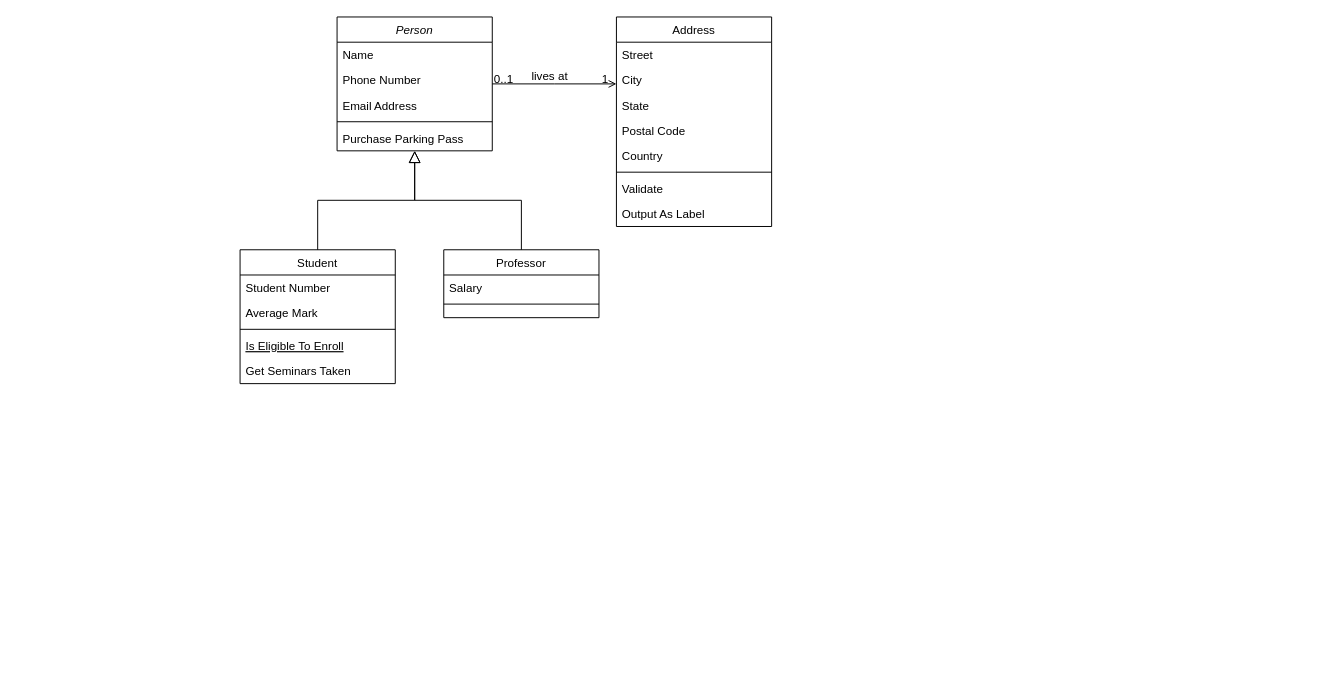
Before: LabviewRuner.drawio in Asher-ym-Duan/MyNote, a draw.io diagram. Source tidied: cells renumbered, new cells numbered last; positions are measured from the earlier drawing's top-left corner, leaving out a move shared by most shapes. Both pictures are drawn from the tidied source at 97%, with x=0, y=0 at pixel (240, 16).
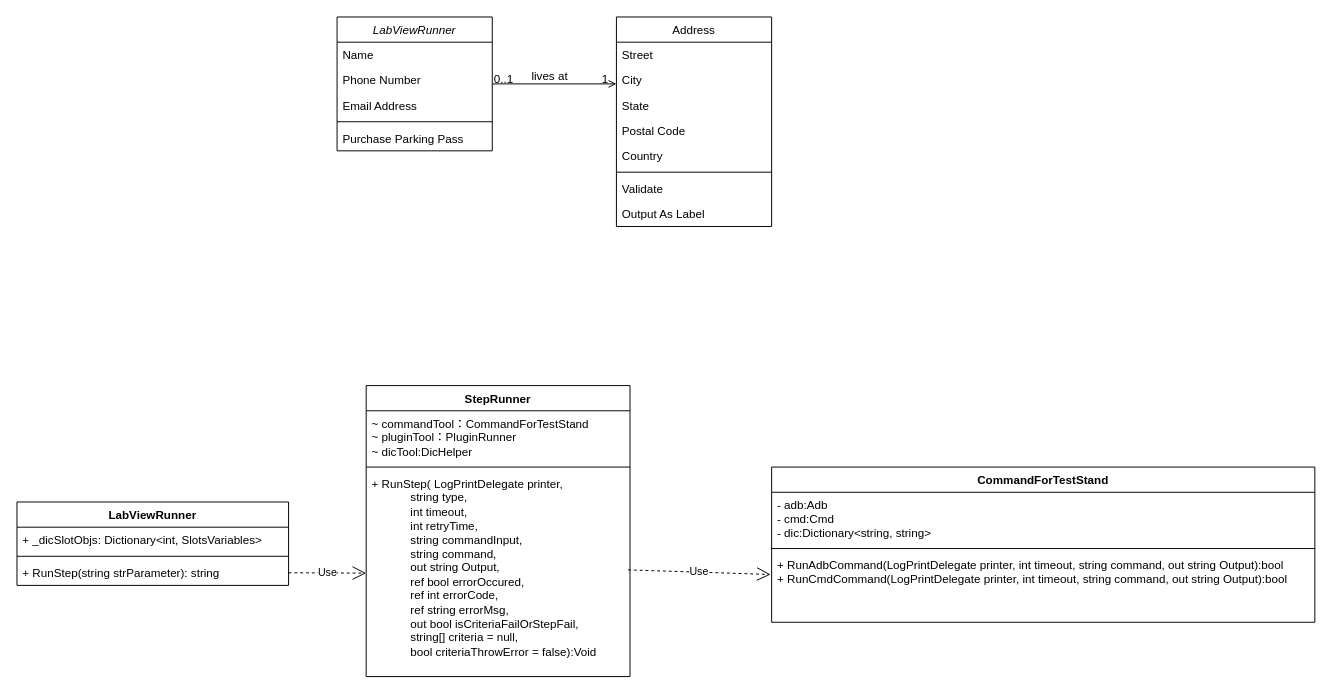
Above is the later version.

The edit, as a diff of the source:
```diff
@@
-    <mxCell id="2" value="Person" style="swimlane;fontStyle=2;align=center;verticalAlign=top;horizontal=1;startSize=26;rounded=0;shadow=0;strokeWidth=1;" parent="1" vertex="1">
+    <mxCell id="2" value="LabViewRunner" style="swimlane;fontStyle=2;align=center;verticalAlign=top;horizontal=1;startSize=26;rounded=0;shadow=0;strokeWidth=1;" parent="1" vertex="1">
       <mxGeometry x="100" width="160" height="138" as="geometry" />
     </mxCell>
@@
-    <mxCell id="8" value="Student" style="swimlane;fontStyle=0;align=center;verticalAlign=top;horizontal=1;startSize=26;rounded=0;shadow=0;strokeWidth=1;" parent="1" vertex="1">
-      <mxGeometry y="240" width="160" height="138" as="geometry" />
-    </mxCell>
-    <mxCell id="9" value="Student Number" style="text;align=left;verticalAlign=top;spacingLeft=4;spacingRight=4;overflow=hidden;" parent="8" vertex="1">
-      <mxGeometry y="26" width="160" height="26" as="geometry" />
-    </mxCell>
-    <mxCell id="10" value="Average Mark" style="text;align=left;verticalAlign=top;spacingLeft=4;spacingRight=4;overflow=hidden;rounded=0;shadow=0;html=0;" parent="8" vertex="1">
-      <mxGeometry y="52" width="160" height="26" as="geometry" />
-    </mxCell>
-    <mxCell id="11" style="line;html=1;strokeWidth=1;align=left;verticalAlign=middle;spacingTop=-1;spacingLeft=3;spacingRight=3;labelPosition=right;" parent="8" vertex="1">
-      <mxGeometry y="78" width="160" height="8" as="geometry" />
-    </mxCell>
-    <mxCell id="12" value="Is Eligible To Enroll" style="text;align=left;verticalAlign=top;spacingLeft=4;spacingRight=4;overflow=hidden;fontStyle=4;" parent="8" vertex="1">
-      <mxGeometry y="86" width="160" height="26" as="geometry" />
-    </mxCell>
-    <mxCell id="13" value="Get Seminars Taken" style="text;align=left;verticalAlign=top;spacingLeft=4;spacingRight=4;overflow=hidden;" parent="8" vertex="1">
-      <mxGeometry y="112" width="160" height="26" as="geometry" />
-    </mxCell>
-    <mxCell id="14" style="endArrow=block;endSize=10;endFill=0;shadow=0;strokeWidth=1;rounded=0;edgeStyle=elbowEdgeStyle;elbow=vertical;" parent="1" edge="1" source="8" target="2">
-      <mxGeometry relative="1" as="geometry" />
-    </mxCell>
-    <mxCell id="15" value="Professor" style="swimlane;fontStyle=0;align=center;verticalAlign=top;horizontal=1;startSize=26;rounded=0;shadow=0;strokeWidth=1;" parent="1" vertex="1">
-      <mxGeometry x="210" y="240" width="160" height="70" as="geometry" />
-    </mxCell>
-    <mxCell id="16" value="Salary" style="text;align=left;verticalAlign=top;spacingLeft=4;spacingRight=4;overflow=hidden;" parent="15" vertex="1">
-      <mxGeometry y="26" width="160" height="26" as="geometry" />
-    </mxCell>
-    <mxCell id="17" style="line;html=1;strokeWidth=1;align=left;verticalAlign=middle;spacingTop=-1;spacingLeft=3;spacingRight=3;labelPosition=right;" parent="15" vertex="1">
-      <mxGeometry y="52" width="160" height="8" as="geometry" />
-    </mxCell>
-    <mxCell id="18" style="endArrow=block;endSize=10;endFill=0;shadow=0;strokeWidth=1;rounded=0;edgeStyle=elbowEdgeStyle;elbow=vertical;" parent="1" edge="1" source="15" target="2">
-      <mxGeometry relative="1" as="geometry" />
-    </mxCell>
@@
+    <mxCell id="32" value="LabViewRunner" style="swimlane;fontStyle=1;align=center;verticalAlign=top;horizontal=1;startSize=26;whiteSpace=wrap;html=1;" parent="1" vertex="1">
+      <mxGeometry x="-230" y="500" width="280" height="86" as="geometry" />
+    </mxCell>
+    <mxCell id="33" value="+ _dicSlotObjs: Dictionary&amp;lt;int, SlotsVariables&amp;gt;" style="text;strokeColor=none;fillColor=none;align=left;verticalAlign=top;spacingLeft=4;spacingRight=4;overflow=hidden;whiteSpace=wrap;html=1;" parent="32" vertex="1">
+      <mxGeometry y="26" width="280" height="26" as="geometry" />
+    </mxCell>
+    <mxCell id="34" style="line;strokeWidth=1;fillColor=none;align=left;verticalAlign=middle;spacingTop=-1;spacingLeft=3;spacingRight=3;labelPosition=right;strokeColor=inherit;" parent="32" vertex="1">
+      <mxGeometry y="52" width="280" height="8" as="geometry" />
+    </mxCell>
+    <mxCell id="35" value="+ RunStep(string strParameter): string" style="text;strokeColor=none;fillColor=none;align=left;verticalAlign=top;spacingLeft=4;spacingRight=4;overflow=hidden;points=[[0,0.5],[1,0.5]];portConstraint=eastwest;whiteSpace=wrap;html=1;" parent="32" vertex="1">
+      <mxGeometry y="60" width="280" height="26" as="geometry" />
+    </mxCell>
+    <mxCell id="36" value="StepRunner" style="swimlane;fontStyle=1;align=center;verticalAlign=top;horizontal=1;startSize=26;whiteSpace=wrap;html=1;" parent="1" vertex="1">
+      <mxGeometry x="130" y="380" width="272" height="300" as="geometry" />
+    </mxCell>
+    <mxCell id="37" value="~ commandTool：CommandForTestStand&lt;br&gt;~ pluginTool：PluginRunner&lt;br&gt;~ dicTool:DicHelper" style="text;strokeColor=none;fillColor=none;align=left;verticalAlign=top;spacingLeft=4;spacingRight=4;overflow=hidden;whiteSpace=wrap;html=1;" parent="36" vertex="1">
+      <mxGeometry y="26" width="272" height="54" as="geometry" />
+    </mxCell>
+    <mxCell id="38" style="line;strokeWidth=1;fillColor=none;align=left;verticalAlign=middle;spacingTop=-1;spacingLeft=3;spacingRight=3;labelPosition=right;strokeColor=inherit;" parent="36" vertex="1">
+      <mxGeometry y="80" width="272" height="8" as="geometry" />
+    </mxCell>
+    <mxCell id="39" value="+&amp;nbsp;RunStep(&amp;nbsp;LogPrintDelegate printer,&lt;div&gt;&amp;nbsp; &amp;nbsp; &amp;nbsp; &amp;nbsp; &amp;nbsp; &amp;nbsp; string type,&lt;/div&gt;&lt;div&gt;&amp;nbsp; &amp;nbsp; &amp;nbsp; &amp;nbsp; &amp;nbsp; &amp;nbsp; int timeout,&lt;/div&gt;&lt;div&gt;&amp;nbsp; &amp;nbsp; &amp;nbsp; &amp;nbsp; &amp;nbsp; &amp;nbsp; int retryTime,&lt;/div&gt;&lt;div&gt;&amp;nbsp; &amp;nbsp; &amp;nbsp; &amp;nbsp; &amp;nbsp; &amp;nbsp; string commandInput,&lt;/div&gt;&lt;div&gt;&amp;nbsp; &amp;nbsp; &amp;nbsp; &amp;nbsp; &amp;nbsp; &amp;nbsp; string command,&lt;/div&gt;&lt;div&gt;&amp;nbsp; &amp;nbsp; &amp;nbsp; &amp;nbsp; &amp;nbsp; &amp;nbsp; out string Output,&lt;/div&gt;&lt;div&gt;&amp;nbsp; &amp;nbsp; &amp;nbsp; &amp;nbsp; &amp;nbsp; &amp;nbsp; ref bool errorOccured,&lt;/div&gt;&lt;div&gt;&amp;nbsp; &amp;nbsp; &amp;nbsp; &amp;nbsp; &amp;nbsp; &amp;nbsp; ref int errorCode,&lt;/div&gt;&lt;div&gt;&amp;nbsp; &amp;nbsp; &amp;nbsp; &amp;nbsp; &amp;nbsp; &amp;nbsp; ref string errorMsg,&lt;/div&gt;&lt;div&gt;&amp;nbsp; &amp;nbsp; &amp;nbsp; &amp;nbsp; &amp;nbsp; &amp;nbsp; out bool isCriteriaFailOrStepFail,&lt;/div&gt;&lt;div&gt;&amp;nbsp; &amp;nbsp; &amp;nbsp; &amp;nbsp; &amp;nbsp; &amp;nbsp; string[] criteria = null,&lt;/div&gt;&lt;span style=&quot;background-color: initial;&quot;&gt;&amp;nbsp; &amp;nbsp; &amp;nbsp; &amp;nbsp; &amp;nbsp; &amp;nbsp; bool criteriaThrowError = false&lt;/span&gt;):Void" style="text;strokeColor=none;fillColor=none;align=left;verticalAlign=top;spacingLeft=4;spacingRight=4;overflow=hidden;points=[[0,0.5],[1,0.5]];portConstraint=eastwest;whiteSpace=wrap;html=1;" parent="36" vertex="1">
+      <mxGeometry y="88" width="272" height="212" as="geometry" />
+    </mxCell>
+    <mxCell id="40" value="Use" style="endArrow=open;endSize=12;dashed=1;html=1;rounded=0;exitX=1;exitY=0.5;exitDx=0;exitDy=0;" parent="1" edge="1" source="35" target="39">
+      <mxGeometry x="0.01" relative="1" as="geometry" />
+    </mxCell>
+    <mxCell id="41" value="CommandForTestStand" style="swimlane;fontStyle=1;align=center;verticalAlign=top;horizontal=1;startSize=26;whiteSpace=wrap;html=1;" parent="1" vertex="1">
+      <mxGeometry x="548" y="464" width="560" height="160" as="geometry" />
+    </mxCell>
+    <mxCell id="42" value="- adb:Adb&lt;br&gt;- cmd:Cmd&lt;br&gt;- dic:Dictionary&amp;lt;string, string&amp;gt;" style="text;strokeColor=none;fillColor=none;align=left;verticalAlign=top;spacingLeft=4;spacingRight=4;overflow=hidden;whiteSpace=wrap;html=1;" parent="41" vertex="1">
+      <mxGeometry y="26" width="560" height="54" as="geometry" />
+    </mxCell>
+    <mxCell id="43" style="line;strokeWidth=1;fillColor=none;align=left;verticalAlign=middle;spacingTop=-1;spacingLeft=3;spacingRight=3;labelPosition=right;strokeColor=inherit;" parent="41" vertex="1">
+      <mxGeometry y="80" width="560" height="8" as="geometry" />
+    </mxCell>
+    <mxCell id="44" value="+&amp;nbsp;RunAdbCommand(LogPrintDelegate printer, int timeout, string command, out string Output):bool&lt;br&gt;+&amp;nbsp;RunCmdCommand(LogPrintDelegate printer, int timeout, string command, out string Output):bool" style="text;strokeColor=none;fillColor=none;align=left;verticalAlign=top;spacingLeft=4;spacingRight=4;overflow=hidden;points=[[0,0.5],[1,0.5]];portConstraint=eastwest;whiteSpace=wrap;html=1;" parent="41" vertex="1">
+      <mxGeometry y="88" width="560" height="72" as="geometry" />
+    </mxCell>
+    <mxCell id="45" value="Use" style="endArrow=open;endSize=12;dashed=1;html=1;rounded=0;entryX=-0.002;entryY=0.316;entryDx=0;entryDy=0;entryPerimeter=0;" parent="1" edge="1" target="44">
+      <mxGeometry relative="1" as="geometry">
+        <mxPoint x="400" y="570" as="sourcePoint" />
+      </mxGeometry>
+    </mxCell>
```
